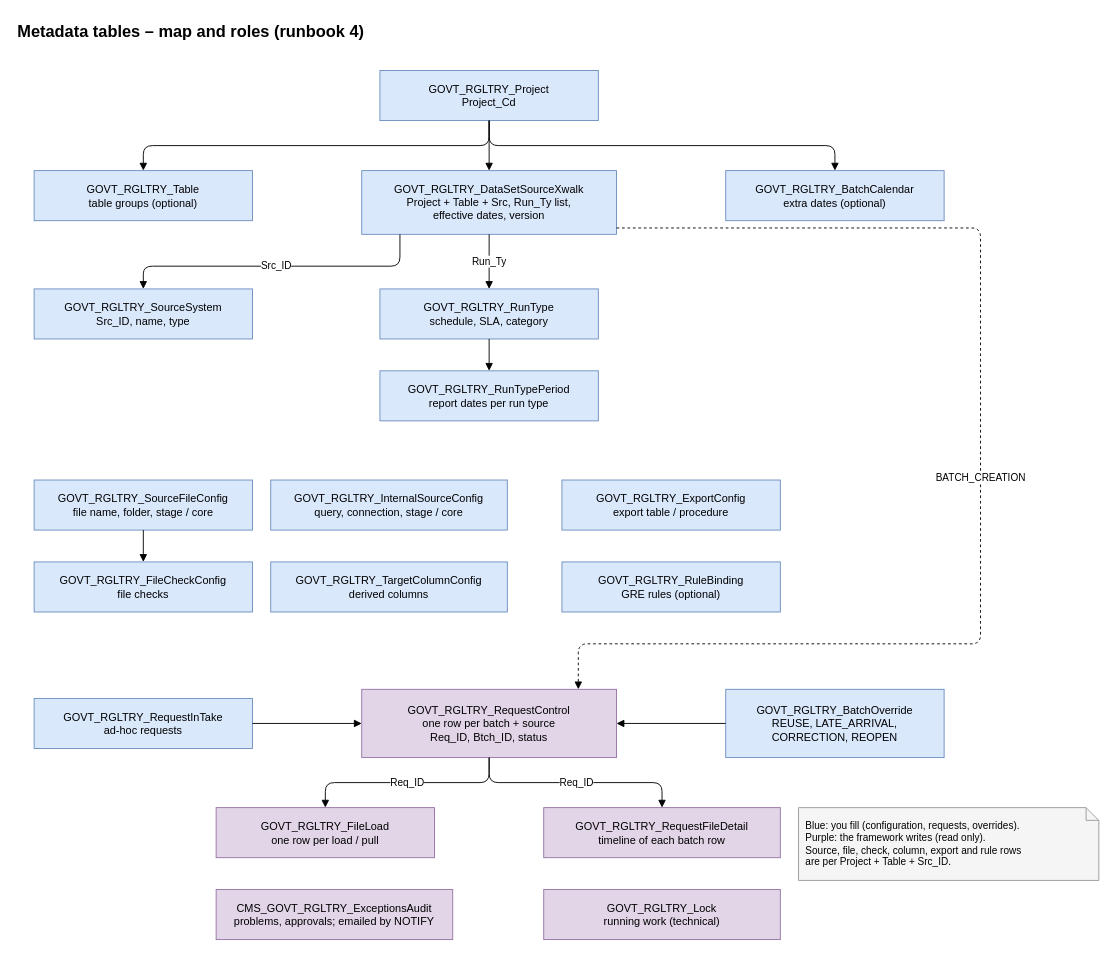
The draw.io diagram airflow_resources/docs/diagrams/pages/14_metadata_tables.drawio in trinathgundavaram/framework, before the edit. Source tidied: cells renumbered, new cells numbered last; positions are measured from the earlier drawing's top-left corner, leaving out a move shared by most shapes. Both pictures are drawn from the tidied source at 91%, with x=0, y=0 at pixel (15, 15).
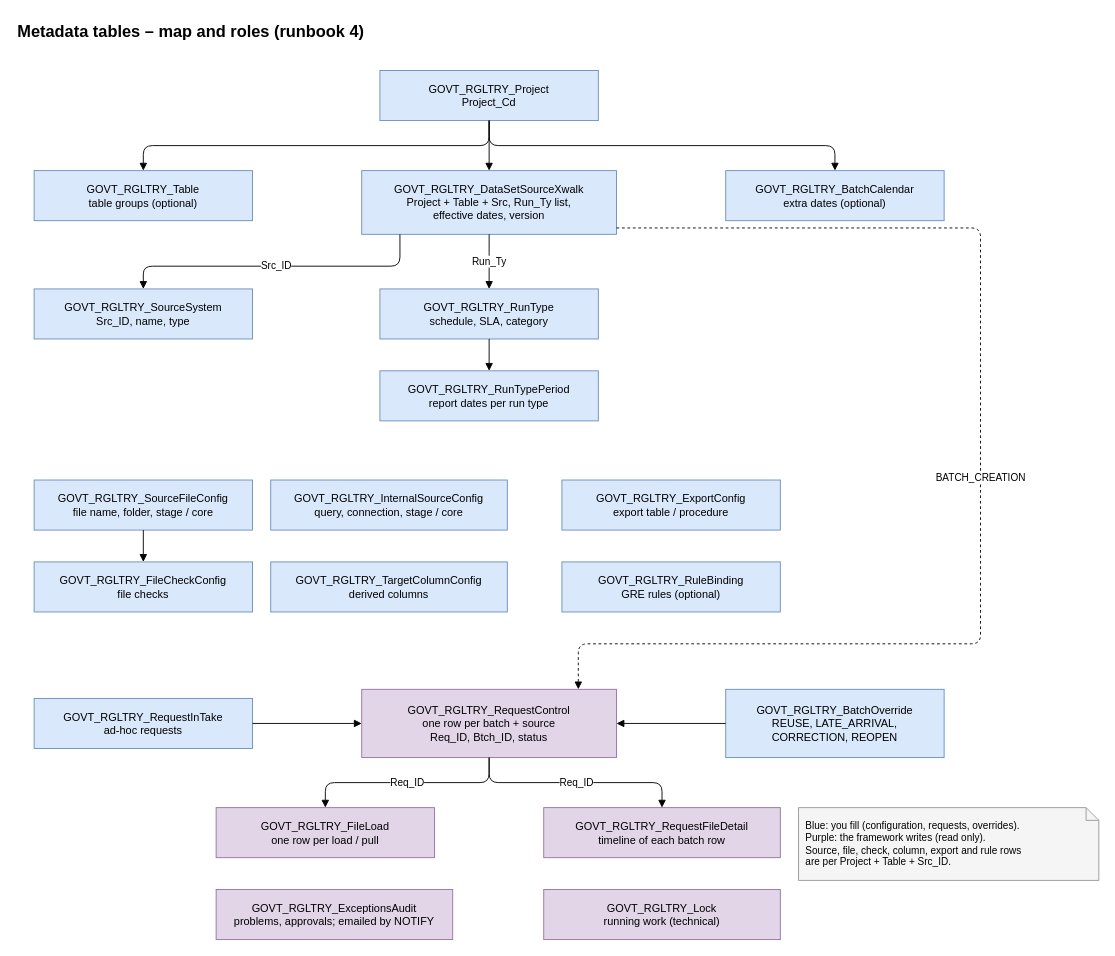
After the change.

Change to the diagram source:
```diff
@@
-    <mxCell id="21" value="CMS_GOVT_RGLTRY_ExceptionsAudit&lt;br&gt;problems, approvals; emailed by NOTIFY" style="rounded=0;whiteSpace=wrap;html=1;fillColor=#e1d5e7;strokeColor=#9673a6;" parent="1" vertex="1">
+    <mxCell id="21" value="GOVT_RGLTRY_ExceptionsAudit&lt;br&gt;problems, approvals; emailed by NOTIFY" style="rounded=0;whiteSpace=wrap;html=1;fillColor=#e1d5e7;strokeColor=#9673a6;" parent="1" vertex="1">
       <mxGeometry x="220" y="960" width="260" height="55" as="geometry" />
     </mxCell>
```
